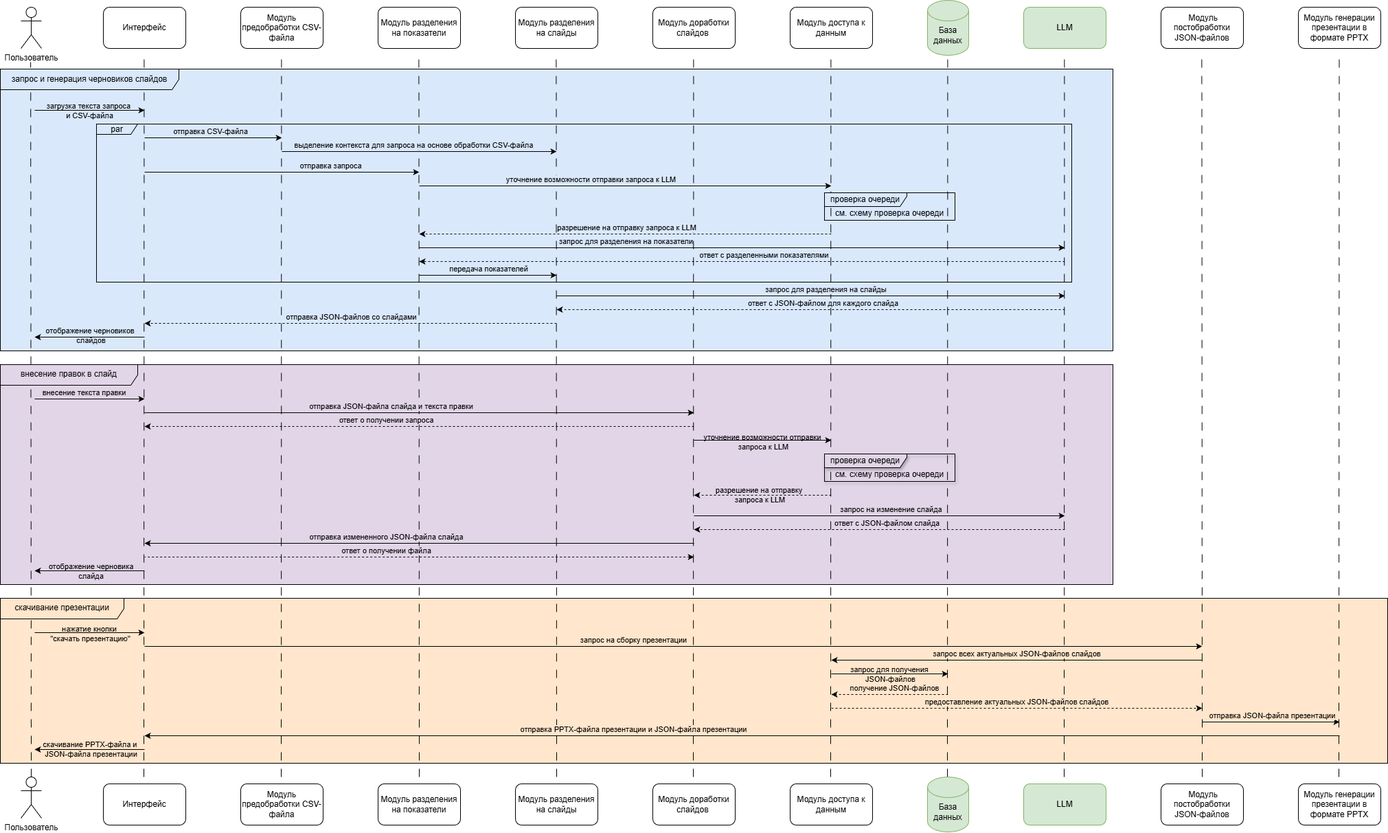
Earlier version of the draw.io export Analitics/диаграмма последовательности main.png (Sber-Kiwi/Presentation-generation). Source tidied: cells renumbered, new cells last; positions are measured from the earlier drawing's top-left corner, leaving out a move shared by most shapes.
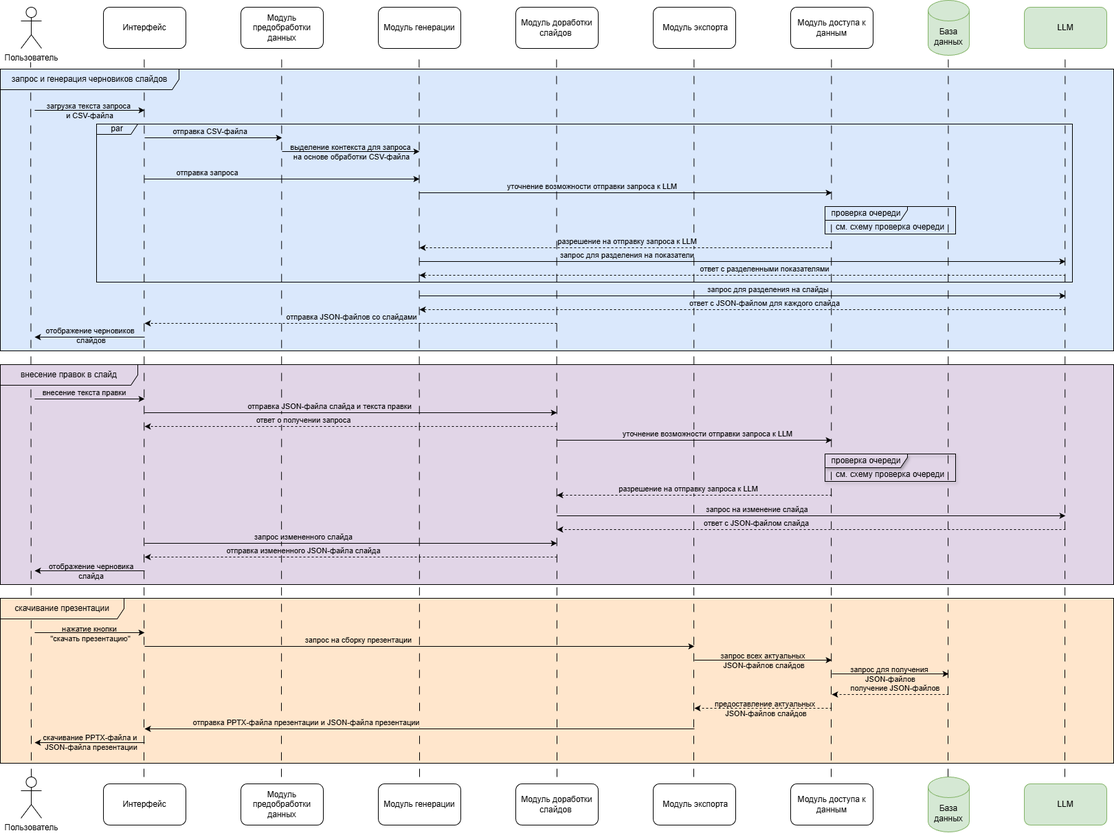
Later version of the same file.

Commit message:
Исправила архитектуру и диаграмму последовательности

Change to the diagram source:
```diff
@@ -5,3 +5,3 @@
     <mxCell id="2" style="rounded=0;whiteSpace=wrap;html=1;fillColor=#ffe6cc;strokeColor=#d79b00;labelBackgroundColor=#FFE6CC;" parent="1" vertex="1">
-      <mxGeometry y="870" width="2020" height="240" as="geometry" />
+      <mxGeometry y="870" width="1620" height="240" as="geometry" />
     </mxCell>
@@ -27,13 +27,10 @@
     </mxCell>
-    <mxCell id="9" value="Модуль предобработки CSV-файла" style="rounded=1;whiteSpace=wrap;html=1;" parent="1" vertex="1">
+    <mxCell id="9" value="Модуль предобработки данных" style="rounded=1;whiteSpace=wrap;html=1;" parent="1" vertex="1">
       <mxGeometry x="350" y="10" width="120" height="60" as="geometry" />
     </mxCell>
-    <mxCell id="10" value="Модуль разделения на показатели" style="rounded=1;whiteSpace=wrap;html=1;" parent="1" vertex="1">
+    <mxCell id="10" value="Модуль генерации" style="rounded=1;whiteSpace=wrap;html=1;" parent="1" vertex="1">
       <mxGeometry x="550" y="10" width="120" height="60" as="geometry" />
     </mxCell>
-    <mxCell id="11" value="Модуль разделения на слайды" style="rounded=1;whiteSpace=wrap;html=1;" parent="1" vertex="1">
-      <mxGeometry x="750" y="10" width="120" height="60" as="geometry" />
-    </mxCell>
     <mxCell id="12" value="Модуль доработки слайдов&amp;nbsp;" style="rounded=1;whiteSpace=wrap;html=1;" parent="1" vertex="1">
-      <mxGeometry x="950" y="10" width="120" height="60" as="geometry" />
+      <mxGeometry x="750" y="10" width="120" height="60" as="geometry" />
     </mxCell>
@@ -42,4 +39,4 @@
     </mxCell>
-    <mxCell id="14" value="&amp;nbsp;Модуль постобработки JSON-файлов" style="rounded=1;whiteSpace=wrap;html=1;" parent="1" vertex="1">
-      <mxGeometry x="1690" y="10" width="120" height="60" as="geometry" />
+    <mxCell id="14" value="&amp;nbsp;Модуль экспорта" style="rounded=1;whiteSpace=wrap;html=1;" parent="1" vertex="1">
+      <mxGeometry x="950" y="10" width="120" height="60" as="geometry" />
     </mxCell>
@@ -78,8 +75,2 @@
     </mxCell>
-    <mxCell id="21" style="endArrow=none;dashed=1;html=1;rounded=0;dashPattern=12 12;" parent="1" edge="1">
-      <mxGeometry relative="1" as="geometry">
-        <mxPoint x="1750" y="1130" as="sourcePoint" />
-        <mxPoint x="1749.4" y="80" as="targetPoint" />
-      </mxGeometry>
-    </mxCell>
     <mxCell id="22" style="endArrow=none;dashed=1;html=1;rounded=0;dashPattern=12 12;" parent="1" edge="1">
@@ -124,15 +115,6 @@
     </mxCell>
-    <mxCell id="29" value="Модуль генерации презентации в формате PPTX" style="rounded=1;whiteSpace=wrap;html=1;" parent="1" vertex="1">
-      <mxGeometry x="1890" y="10" width="120" height="60" as="geometry" />
-    </mxCell>
-    <mxCell id="30" style="endArrow=none;dashed=1;html=1;rounded=0;dashPattern=12 12;" parent="1" edge="1">
-      <mxGeometry relative="1" as="geometry">
-        <mxPoint x="1949" y="1130" as="sourcePoint" />
-        <mxPoint x="1949.5" y="80" as="targetPoint" />
-      </mxGeometry>
-    </mxCell>
     <mxCell id="31" style="endArrow=classic;html=1;rounded=0;" parent="1" edge="1">
       <mxGeometry relative="1" as="geometry">
-        <mxPoint x="210" y="250" as="sourcePoint" />
-        <mxPoint x="610" y="250" as="targetPoint" />
+        <mxPoint x="210" y="260" as="sourcePoint" />
+        <mxPoint x="610" y="260" as="targetPoint" />
       </mxGeometry>
@@ -141,3 +123,3 @@
       <mxGeometry x="-0.24" y="-1" relative="1" as="geometry">
-        <mxPoint x="118" y="-11" as="offset" />
+        <mxPoint x="-62" y="-11" as="offset" />
       </mxGeometry>
@@ -150,8 +132,8 @@
         <mxPoint x="410" y="220" as="sourcePoint" />
-        <mxPoint x="810" y="220" as="targetPoint" />
+        <mxPoint x="610" y="220" as="targetPoint" />
       </mxGeometry>
     </mxCell>
-    <mxCell id="35" value="выделение контекста для запроса&amp;nbsp;&lt;span style=&quot;color: light-dark(rgb(0, 0, 0), rgb(255, 255, 255));&quot;&gt;на основе обработки CSV-файла&lt;/span&gt;" style="edgeLabel;html=1;align=center;verticalAlign=middle;labelBackgroundColor=light-dark(#dae8fc, #ededed);" parent="34" vertex="1">
+    <mxCell id="35" value="&lt;span&gt;выделение контекста для запроса&amp;nbsp;&lt;/span&gt;&lt;div&gt;&lt;span style=&quot;color: light-dark(rgb(0, 0, 0), rgb(255, 255, 255));&quot;&gt;на основе обработки CSV-файла&lt;/span&gt;&lt;/div&gt;" style="edgeLabel;html=1;align=center;verticalAlign=middle;labelBackgroundColor=none;" parent="34" vertex="1">
       <mxGeometry x="0.34" y="1" relative="1" as="geometry">
-        <mxPoint x="-78" y="-9" as="offset" />
+        <mxPoint x="-34" y="1" as="offset" />
       </mxGeometry>
@@ -160,4 +142,4 @@
       <mxGeometry relative="1" as="geometry">
-        <mxPoint x="610" y="360" as="sourcePoint" />
-        <mxPoint x="1550" y="360" as="targetPoint" />
+        <mxPoint x="610" y="380" as="sourcePoint" />
+        <mxPoint x="1550" y="380" as="targetPoint" />
       </mxGeometry>
@@ -171,4 +153,4 @@
       <mxGeometry relative="1" as="geometry">
-        <mxPoint x="1550" y="380" as="sourcePoint" />
-        <mxPoint x="610" y="380" as="targetPoint" />
+        <mxPoint x="1550" y="400" as="sourcePoint" />
+        <mxPoint x="610" y="400" as="targetPoint" />
       </mxGeometry>
@@ -180,17 +162,6 @@
     </mxCell>
-    <mxCell id="40" style="endArrow=classic;html=1;rounded=0;" parent="1" edge="1">
-      <mxGeometry relative="1" as="geometry">
-        <mxPoint x="610" y="400" as="sourcePoint" />
-        <mxPoint x="810" y="400" as="targetPoint" />
-      </mxGeometry>
-    </mxCell>
-    <mxCell id="41" value="передача показателей" style="edgeLabel;html=1;align=center;verticalAlign=middle;labelBackgroundColor=none;" parent="40" vertex="1">
-      <mxGeometry x="0.32" y="3" relative="1" as="geometry">
-        <mxPoint x="-32" y="-7" as="offset" />
-      </mxGeometry>
-    </mxCell>
     <mxCell id="42" style="endArrow=classic;html=1;rounded=0;" parent="1" edge="1">
       <mxGeometry relative="1" as="geometry">
-        <mxPoint x="610" y="270" as="sourcePoint" />
-        <mxPoint x="1210" y="270" as="targetPoint" />
+        <mxPoint x="610" y="280" as="sourcePoint" />
+        <mxPoint x="1210" y="280" as="targetPoint" />
       </mxGeometry>
@@ -203,6 +174,6 @@
     <mxCell id="44" value="проверка очереди" style="shape=umlFrame;whiteSpace=wrap;html=1;width=120;height=20;fillColor=#dae8fc;strokeColor=light-dark(#000000,#000000);" parent="1" vertex="1">
-      <mxGeometry x="1200" y="280" width="190" height="40" as="geometry" />
+      <mxGeometry x="1200" y="300" width="190" height="40" as="geometry" />
     </mxCell>
     <mxCell id="45" value="см. схему проверка очереди" style="text;html=1;whiteSpace=wrap;strokeColor=none;fillColor=none;align=center;verticalAlign=middle;rounded=0;" parent="1" vertex="1">
-      <mxGeometry x="1205" y="300" width="180" height="20" as="geometry" />
+      <mxGeometry x="1205" y="320" width="180" height="20" as="geometry" />
     </mxCell>
@@ -210,3 +181,3 @@
       <mxGeometry relative="1" as="geometry">
-        <mxPoint x="810" y="430" as="sourcePoint" />
+        <mxPoint x="610" y="430" as="sourcePoint" />
         <mxPoint x="1550" y="430" as="targetPoint" />
@@ -222,3 +193,3 @@
         <mxPoint x="1550" y="450" as="sourcePoint" />
-        <mxPoint x="810" y="450" as="targetPoint" />
+        <mxPoint x="610" y="450" as="targetPoint" />
       </mxGeometry>
@@ -232,4 +203,4 @@
       <mxGeometry relative="1" as="geometry">
-        <mxPoint x="1210" y="340" as="sourcePoint" />
-        <mxPoint x="610" y="340" as="targetPoint" />
+        <mxPoint x="1210" y="360" as="sourcePoint" />
+        <mxPoint x="610" y="360" as="targetPoint" />
       </mxGeometry>
@@ -283,3 +254,3 @@
         <mxPoint x="210" y="600" as="sourcePoint" />
-        <mxPoint x="1010" y="600" as="targetPoint" />
+        <mxPoint x="810" y="600" as="targetPoint" />
       </mxGeometry>
@@ -293,3 +264,3 @@
       <mxGeometry relative="1" as="geometry">
-        <mxPoint x="1010" y="640" as="sourcePoint" />
+        <mxPoint x="810" y="640" as="sourcePoint" />
         <mxPoint x="1210" y="640" as="targetPoint" />
@@ -297,5 +268,5 @@
     </mxCell>
-    <mxCell id="63" value="уточнение возможности отправки&amp;nbsp;&lt;div&gt;запроса к LLM&lt;/div&gt;" style="edgeLabel;html=1;align=center;verticalAlign=middle;labelBackgroundColor=none;" parent="62" vertex="1">
+    <mxCell id="63" value="уточнение возможности отправки&amp;nbsp;&lt;span style=&quot;color: light-dark(rgb(0, 0, 0), rgb(255, 255, 255));&quot;&gt;запроса к LLM&lt;/span&gt;" style="edgeLabel;html=1;align=center;verticalAlign=middle;labelBackgroundColor=light-dark(#e1d5e7, #ededed);" parent="62" vertex="1">
       <mxGeometry x="0.18" y="-2" relative="1" as="geometry">
-        <mxPoint x="-18" as="offset" />
+        <mxPoint x="-18" y="-12" as="offset" />
       </mxGeometry>
@@ -311,7 +282,9 @@
         <mxPoint x="1210" y="720" as="sourcePoint" />
-        <mxPoint x="1010" y="720" as="targetPoint" />
+        <mxPoint x="810" y="720" as="targetPoint" />
       </mxGeometry>
     </mxCell>
-    <mxCell id="67" value="разрешение на отправку&amp;nbsp;&lt;div&gt;запроса к LLM&lt;/div&gt;" style="edgeLabel;html=1;align=center;verticalAlign=middle;labelBackgroundColor=none;" parent="66" vertex="1">
-      <mxGeometry x="0.05" y="-1" relative="1" as="geometry" />
+    <mxCell id="67" value="разрешение на отправку&amp;nbsp;&lt;span style=&quot;color: light-dark(rgb(0, 0, 0), rgb(255, 255, 255));&quot;&gt;запроса к LLM&lt;/span&gt;" style="edgeLabel;html=1;align=center;verticalAlign=middle;labelBackgroundColor=#E1D5E7;" parent="66" vertex="1">
+      <mxGeometry x="0.05" y="-1" relative="1" as="geometry">
+        <mxPoint y="-9" as="offset" />
+      </mxGeometry>
     </mxCell>
@@ -319,3 +292,3 @@
       <mxGeometry relative="1" as="geometry">
-        <mxPoint x="1010" y="750" as="sourcePoint" />
+        <mxPoint x="810" y="750" as="sourcePoint" />
         <mxPoint x="1550" y="750" as="targetPoint" />
@@ -323,5 +296,5 @@
     </mxCell>
-    <mxCell id="69" value="запрос на изменение слайда" style="edgeLabel;html=1;align=center;verticalAlign=middle;labelBackgroundColor=none;" parent="68" vertex="1">
+    <mxCell id="69" value="запрос на изменение слайда" style="edgeLabel;html=1;align=center;verticalAlign=middle;labelBackgroundColor=light-dark(#e1d5e7, #ededed);" parent="68" vertex="1">
       <mxGeometry x="-0.66" y="-3" relative="1" as="geometry">
-        <mxPoint x="194" y="-13" as="offset" />
+        <mxPoint x="166" y="-13" as="offset" />
       </mxGeometry>
@@ -331,3 +304,3 @@
         <mxPoint x="1550" y="770" as="sourcePoint" />
-        <mxPoint x="1010" y="770" as="targetPoint" />
+        <mxPoint x="810" y="770" as="targetPoint" />
       </mxGeometry>
@@ -336,3 +309,3 @@
       <mxGeometry x="-0.04" y="1" relative="1" as="geometry">
-        <mxPoint y="-11" as="offset" />
+        <mxPoint x="-95" y="-11" as="offset" />
       </mxGeometry>
@@ -341,3 +314,3 @@
       <mxGeometry relative="1" as="geometry">
-        <mxPoint x="1010" y="620" as="sourcePoint" />
+        <mxPoint x="810" y="620" as="sourcePoint" />
         <mxPoint x="210" y="620" as="targetPoint" />
@@ -350,5 +323,5 @@
     </mxCell>
-    <mxCell id="74" style="endArrow=classic;html=1;rounded=0;" parent="1" edge="1">
+    <mxCell id="74" style="endArrow=none;html=1;rounded=0;startArrow=classic;startFill=1;endFill=0;" parent="1" edge="1">
       <mxGeometry relative="1" as="geometry">
-        <mxPoint x="1010" y="790" as="sourcePoint" />
+        <mxPoint x="810" y="790" as="sourcePoint" />
         <mxPoint x="210" y="790" as="targetPoint" />
@@ -356,3 +329,3 @@
     </mxCell>
-    <mxCell id="75" value="отправка измененного JSON-файла слайда" style="edgeLabel;html=1;align=center;verticalAlign=middle;labelBackgroundColor=#E1D5E7;" parent="74" vertex="1">
+    <mxCell id="75" value="запрос измененного слайда" style="edgeLabel;html=1;align=center;verticalAlign=middle;labelBackgroundColor=#E1D5E7;" parent="74" vertex="1">
       <mxGeometry x="-0.21" y="-2" relative="1" as="geometry">
@@ -361,5 +334,5 @@
     </mxCell>
-    <mxCell id="76" style="endArrow=none;html=1;rounded=0;dashed=1;startArrow=classic;startFill=1;endFill=0;" parent="1" edge="1">
+    <mxCell id="76" style="endArrow=classic;html=1;rounded=0;dashed=1;startArrow=none;startFill=0;endFill=1;" parent="1" edge="1">
       <mxGeometry relative="1" as="geometry">
-        <mxPoint x="1010" y="810" as="sourcePoint" />
+        <mxPoint x="810" y="810" as="sourcePoint" />
         <mxPoint x="210" y="810" as="targetPoint" />
@@ -367,3 +340,3 @@
     </mxCell>
-    <mxCell id="77" value="ответ о получении файла" style="edgeLabel;html=1;align=center;verticalAlign=middle;labelBackgroundColor=#E1D5E7;" parent="76" vertex="1">
+    <mxCell id="77" value="отправка измененного JSON-файла слайда" style="edgeLabel;html=1;align=center;verticalAlign=middle;labelBackgroundColor=#E1D5E7;" parent="76" vertex="1">
       <mxGeometry x="-0.21" y="-2" relative="1" as="geometry">
@@ -384,3 +357,3 @@
     <mxCell id="80" value="скачивание презентации" style="shape=umlFrame;whiteSpace=wrap;html=1;width=180;height=30;fillColor=#ffe6cc;strokeColor=#000000;" parent="1" vertex="1">
-      <mxGeometry y="870" width="2020" height="240" as="geometry" />
+      <mxGeometry y="870" width="1620" height="240" as="geometry" />
     </mxCell>
@@ -398,3 +371,3 @@
         <mxPoint x="210" y="940" as="sourcePoint" />
-        <mxPoint x="1750" y="940" as="targetPoint" />
+        <mxPoint x="1010" y="940" as="targetPoint" />
       </mxGeometry>
@@ -403,3 +376,3 @@
       <mxGeometry x="0.24" relative="1" as="geometry">
-        <mxPoint x="-241" y="-10" as="offset" />
+        <mxPoint x="-184" y="-10" as="offset" />
       </mxGeometry>
@@ -408,3 +381,3 @@
       <mxGeometry relative="1" as="geometry">
-        <mxPoint x="1750" y="960" as="sourcePoint" />
+        <mxPoint x="1010" y="960" as="sourcePoint" />
         <mxPoint x="1210" y="960" as="targetPoint" />
@@ -412,6 +385,4 @@
     </mxCell>
-    <mxCell id="86" value="запрос всех актуальных JSON-файлов слайдов" style="edgeLabel;html=1;align=center;verticalAlign=middle;labelBackgroundColor=#FFE6CC;" parent="85" vertex="1">
-      <mxGeometry relative="1" as="geometry">
-        <mxPoint y="-10" as="offset" />
-      </mxGeometry>
+    <mxCell id="86" value="запрос всех актуальных&amp;nbsp;&lt;div&gt;JSON-файлов слайдов&lt;/div&gt;" style="edgeLabel;html=1;align=center;verticalAlign=middle;labelBackgroundColor=none;" parent="85" vertex="1">
+      <mxGeometry relative="1" as="geometry" />
     </mxCell>
@@ -442,25 +413,14 @@
         <mxPoint x="1210" y="1030" as="sourcePoint" />
-        <mxPoint x="1750" y="1030" as="targetPoint" />
+        <mxPoint x="1010" y="1030" as="targetPoint" />
       </mxGeometry>
     </mxCell>
-    <mxCell id="92" value="предоставление актуальных JSON-файлов слайдов" style="edgeLabel;html=1;align=center;verticalAlign=middle;labelBackgroundColor=#FFE6CC;" parent="91" vertex="1">
+    <mxCell id="92" value="предоставление актуальных&amp;nbsp;&lt;div&gt;JSON-файлов слайдов&lt;/div&gt;" style="edgeLabel;html=1;align=center;verticalAlign=middle;labelBackgroundColor=none;" parent="91" vertex="1">
       <mxGeometry x="0.1" y="2" relative="1" as="geometry">
-        <mxPoint x="-29" y="-8" as="offset" />
+        <mxPoint x="13" y="-2" as="offset" />
       </mxGeometry>
     </mxCell>
-    <mxCell id="93" style="endArrow=classic;html=1;rounded=0;" parent="1" edge="1">
-      <mxGeometry relative="1" as="geometry">
-        <mxPoint x="1750" y="1050" as="sourcePoint" />
-        <mxPoint x="1950" y="1050" as="targetPoint" />
-      </mxGeometry>
-    </mxCell>
-    <mxCell id="94" value="отправка JSON-файла презентации" style="edgeLabel;html=1;align=center;verticalAlign=middle;labelBackgroundColor=#FFE6CC;" parent="93" vertex="1">
-      <mxGeometry x="0.02" y="1" relative="1" as="geometry">
-        <mxPoint x="-2" y="-9" as="offset" />
-      </mxGeometry>
-    </mxCell>
     <mxCell id="95" style="endArrow=classic;html=1;rounded=0;" parent="1" edge="1">
       <mxGeometry relative="1" as="geometry">
-        <mxPoint x="1950" y="1070" as="sourcePoint" />
-        <mxPoint x="210" y="1070" as="targetPoint" />
+        <mxPoint x="1010" y="1060" as="sourcePoint" />
+        <mxPoint x="210" y="1060" as="targetPoint" />
       </mxGeometry>
@@ -474,4 +434,7 @@
       <mxGeometry relative="1" as="geometry">
-        <mxPoint x="210" y="1090" as="sourcePoint" />
-        <mxPoint x="50" y="1090" as="targetPoint" />
+        <mxPoint x="210" y="1080" as="sourcePoint" />
+        <mxPoint x="50" y="1080" as="targetPoint" />
+        <Array as="points">
+          <mxPoint x="130" y="1080" />
+        </Array>
       </mxGeometry>
@@ -489,13 +452,10 @@
     </mxCell>
-    <mxCell id="101" value="Модуль предобработки CSV-файла" style="rounded=1;whiteSpace=wrap;html=1;" parent="1" vertex="1">
+    <mxCell id="101" value="Модуль предобработки данных" style="rounded=1;whiteSpace=wrap;html=1;" parent="1" vertex="1">
       <mxGeometry x="350" y="1140" width="120" height="60" as="geometry" />
     </mxCell>
-    <mxCell id="102" value="Модуль разделения на показатели" style="rounded=1;whiteSpace=wrap;html=1;" parent="1" vertex="1">
+    <mxCell id="102" value="Модуль генерации" style="rounded=1;whiteSpace=wrap;html=1;" parent="1" vertex="1">
       <mxGeometry x="550" y="1140" width="120" height="60" as="geometry" />
     </mxCell>
-    <mxCell id="103" value="Модуль разделения на слайды" style="rounded=1;whiteSpace=wrap;html=1;" parent="1" vertex="1">
-      <mxGeometry x="750" y="1140" width="120" height="60" as="geometry" />
-    </mxCell>
     <mxCell id="104" value="Модуль доработки слайдов&amp;nbsp;" style="rounded=1;whiteSpace=wrap;html=1;" parent="1" vertex="1">
-      <mxGeometry x="950" y="1140" width="120" height="60" as="geometry" />
+      <mxGeometry x="750" y="1140" width="120" height="60" as="geometry" />
     </mxCell>
@@ -510,8 +470,5 @@
     </mxCell>
-    <mxCell id="108" value="&amp;nbsp;Модуль постобработки JSON-файлов" style="rounded=1;whiteSpace=wrap;html=1;" parent="1" vertex="1">
-      <mxGeometry x="1690" y="1140" width="120" height="60" as="geometry" />
+    <mxCell id="108" value="&amp;nbsp;Модуль экспорта" style="rounded=1;whiteSpace=wrap;html=1;" parent="1" vertex="1">
+      <mxGeometry x="950" y="1140" width="120" height="60" as="geometry" />
     </mxCell>
-    <mxCell id="109" value="Модуль генерации презентации в формате PPTX" style="rounded=1;whiteSpace=wrap;html=1;" parent="1" vertex="1">
-      <mxGeometry x="1890" y="1140" width="120" height="60" as="geometry" />
-    </mxCell>
   </root>
```
